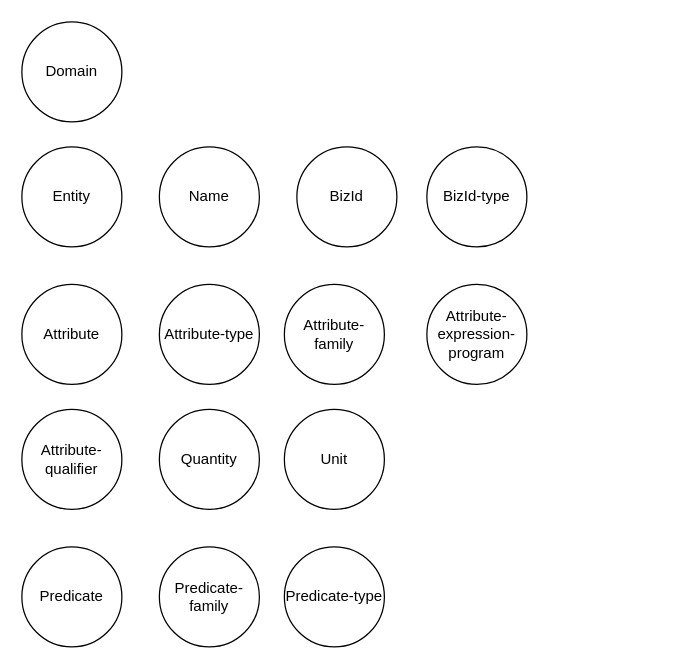
This is KnowledgeSchemaService.drawio from supriyopaul/scripts, a draw.io file, before an edit. Source tidied: cells renumbered, new cells numbered last; positions are measured from the earlier drawing's top-left corner, leaving out a move shared by most shapes. Both pictures are drawn from the tidied source at 125%, with x=0, y=0 at pixel (21, 21).
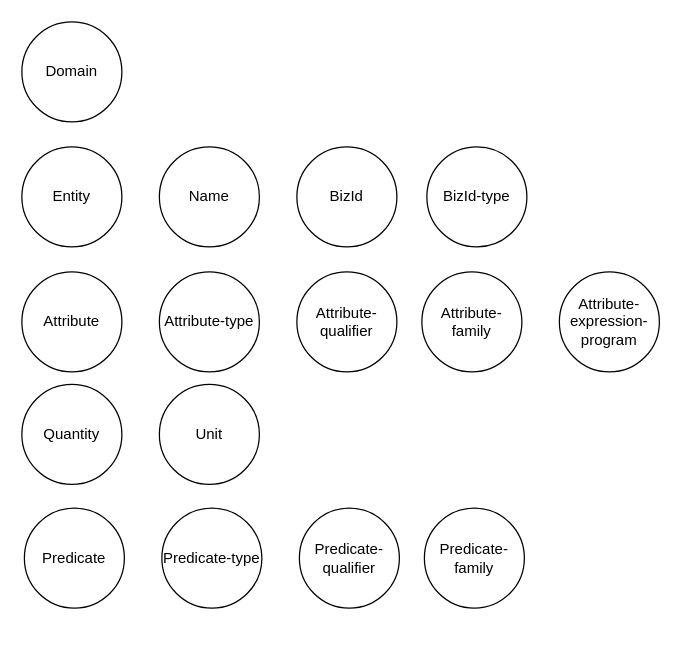
Above is the later version.

Change to the diagram source:
```diff
@@
 <mxGraphModel>
   <root>
     <mxCell id="0" />
     <mxCell id="1" parent="0" />
-    <mxCell id="2" value="Predicate-family" style="ellipse;whiteSpace=wrap;html=1;" parent="1" vertex="1">
-      <mxGeometry x="110" y="420" width="80" height="80" as="geometry" />
-    </mxCell>
     <mxCell id="3" value="Quantity" style="ellipse;whiteSpace=wrap;html=1;" parent="1" vertex="1">
-      <mxGeometry x="110" y="310" width="80" height="80" as="geometry" />
+      <mxGeometry y="290" width="80" height="80" as="geometry" />
     </mxCell>
     <mxCell id="4" value="Attribute-type" style="ellipse;whiteSpace=wrap;html=1;" parent="1" vertex="1">
-      <mxGeometry x="110" y="210" width="80" height="80" as="geometry" />
+      <mxGeometry x="110" y="200" width="80" height="80" as="geometry" />
     </mxCell>
     <mxCell id="5" value="Name" style="ellipse;whiteSpace=wrap;html=1;" parent="1" vertex="1">
       <mxGeometry x="110" y="100" width="80" height="80" as="geometry" />
     </mxCell>
     <mxCell id="6" value="BizId" style="ellipse;whiteSpace=wrap;html=1;" parent="1" vertex="1">
       <mxGeometry x="220" y="100" width="80" height="80" as="geometry" />
     </mxCell>
-    <mxCell id="7" value="Predicate" style="ellipse;whiteSpace=wrap;html=1;" parent="1" vertex="1">
-      <mxGeometry y="420" width="80" height="80" as="geometry" />
-    </mxCell>
     <mxCell id="8" value="Attribute-qualifier" style="ellipse;whiteSpace=wrap;html=1;" parent="1" vertex="1">
-      <mxGeometry y="310" width="80" height="80" as="geometry" />
+      <mxGeometry x="220" y="200" width="80" height="80" as="geometry" />
     </mxCell>
     <mxCell id="9" value="Attribute" style="ellipse;whiteSpace=wrap;html=1;" parent="1" vertex="1">
-      <mxGeometry y="210" width="80" height="80" as="geometry" />
+      <mxGeometry y="200" width="80" height="80" as="geometry" />
     </mxCell>
     <mxCell id="10" value="Entity" style="ellipse;whiteSpace=wrap;html=1;" parent="1" vertex="1">
       <mxGeometry y="100" width="80" height="80" as="geometry" />
     </mxCell>
     <mxCell id="11" value="Domain" style="ellipse;whiteSpace=wrap;html=1;" parent="1" vertex="1">
       <mxGeometry width="80" height="80" as="geometry" />
     </mxCell>
     <mxCell id="12" value="BizId-type" style="ellipse;whiteSpace=wrap;html=1;" parent="1" vertex="1">
       <mxGeometry x="324" y="100" width="80" height="80" as="geometry" />
     </mxCell>
     <mxCell id="13" value="Unit" style="ellipse;whiteSpace=wrap;html=1;" parent="1" vertex="1">
-      <mxGeometry x="210" y="310" width="80" height="80" as="geometry" />
+      <mxGeometry x="110" y="290" width="80" height="80" as="geometry" />
     </mxCell>
     <mxCell id="14" value="Attribute-family" style="ellipse;whiteSpace=wrap;html=1;" parent="1" vertex="1">
-      <mxGeometry x="210" y="210" width="80" height="80" as="geometry" />
+      <mxGeometry x="320" y="200" width="80" height="80" as="geometry" />
     </mxCell>
     <mxCell id="15" value="Attribute-expression-program" style="ellipse;whiteSpace=wrap;html=1;" parent="1" vertex="1">
-      <mxGeometry x="324" y="210" width="80" height="80" as="geometry" />
+      <mxGeometry x="430" y="200" width="80" height="80" as="geometry" />
     </mxCell>
     <mxCell id="16" value="Predicate-type" style="ellipse;whiteSpace=wrap;html=1;" parent="1" vertex="1">
-      <mxGeometry x="210" y="420" width="80" height="80" as="geometry" />
+      <mxGeometry x="112" y="389" width="80" height="80" as="geometry" />
     </mxCell>
+    <mxCell id="17" value="Predicate-qualifier" style="ellipse;whiteSpace=wrap;html=1;" parent="1" vertex="1">
+      <mxGeometry x="222" y="389" width="80" height="80" as="geometry" />
+    </mxCell>
+    <mxCell id="7" value="Predicate" style="ellipse;whiteSpace=wrap;html=1;" parent="1" vertex="1">
+      <mxGeometry x="2" y="389" width="80" height="80" as="geometry" />
+    </mxCell>
+    <mxCell id="2" value="Predicate-family" style="ellipse;whiteSpace=wrap;html=1;" parent="1" vertex="1">
+      <mxGeometry x="322" y="389" width="80" height="80" as="geometry" />
+    </mxCell>
   </root>
 </mxGraphModel>
```
